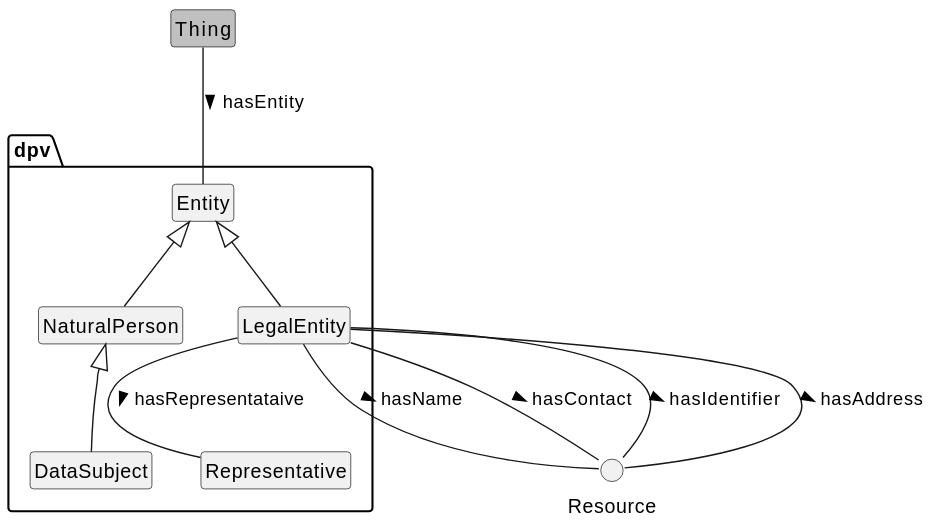
w3c/dpv keeps this PlantUML diagram as 2.2/diagrams/legalentities.svg. Above is the earlier version. Its diagram source:
```plantuml
@startuml
!include style.plantuml

class Thing #silver
() Resource
package dpv {
	class Entity
	class LegalEntity
	class NaturalPerson
	class DataSubject
	class Representative
}

Thing -- Entity: hasEntity >
Entity <|-- LegalEntity

LegalEntity -- Resource: hasName >
LegalEntity -- Resource: hasContact >
LegalEntity -- Resource: hasIdentifier >
LegalEntity -- Resource: hasAddress >
LegalEntity -- Representative: hasRepresentataive >

Entity <|-- NaturalPerson
NaturalPerson <|-- DataSubject
@enduml
```
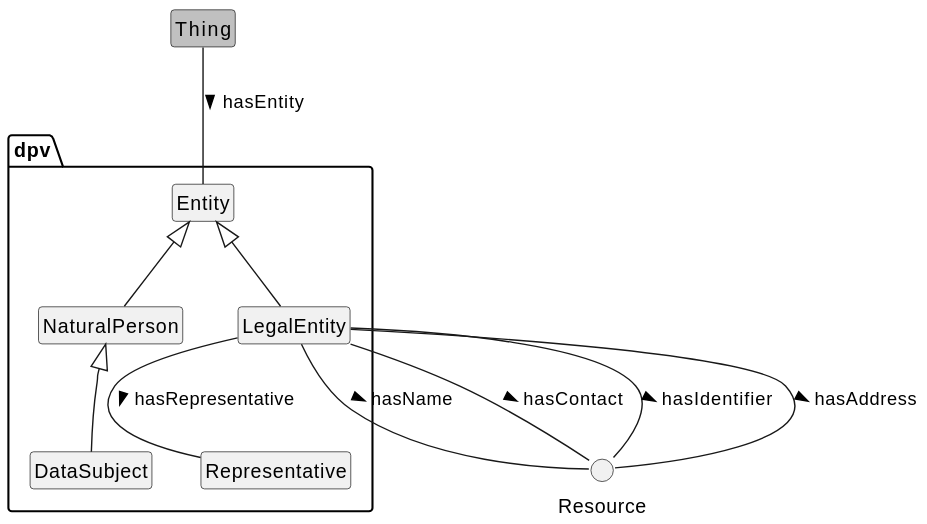
Above is the later version.

Commit message:
Fix typos in dpv_core and legalentities diagrams

Diff of the diagram source:
```diff
@@ -18,7 +18,7 @@
 LegalEntity -- Resource: hasContact >
 LegalEntity -- Resource: hasIdentifier >
 LegalEntity -- Resource: hasAddress >
-LegalEntity -- Representative: hasRepresentataive >
+LegalEntity -- Representative: hasRepresentative >
 
 Entity <|-- NaturalPerson
 NaturalPerson <|-- DataSubject
```
